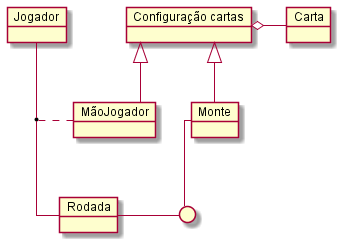
Earlier version of the PlantUML export Imagens/modelos-07/mod07ima01/mod07ima01.png (kyriosdata/oo).
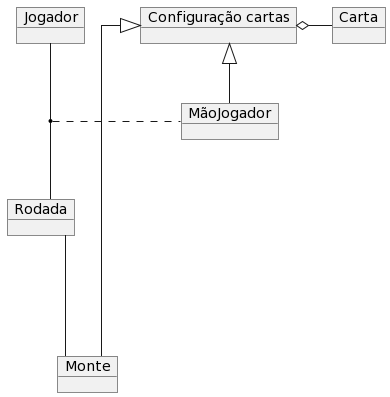
Later version of the same file.

The edit, as a diff of the source:
```diff
@@ -1,4 +1,4 @@
-@startuml mod07ima01
+@startuml
 skinparam Linetype ortho
 object "Configuração cartas" as co
 object "Carta" as ca
@@ -6,13 +6,10 @@
 object "MãoJogador" as mã
 object "Monte" as mo
 object "Rodada" as ro
-circle " " as p1
 co o-right- ca
 mã -up-|> co
 mo -up-|> co
 jo -down- ro
 (jo,ro) .. mã
-ro -right- p1
-p1 -up- mo
-
+ro --- mo
 @enduml
```
